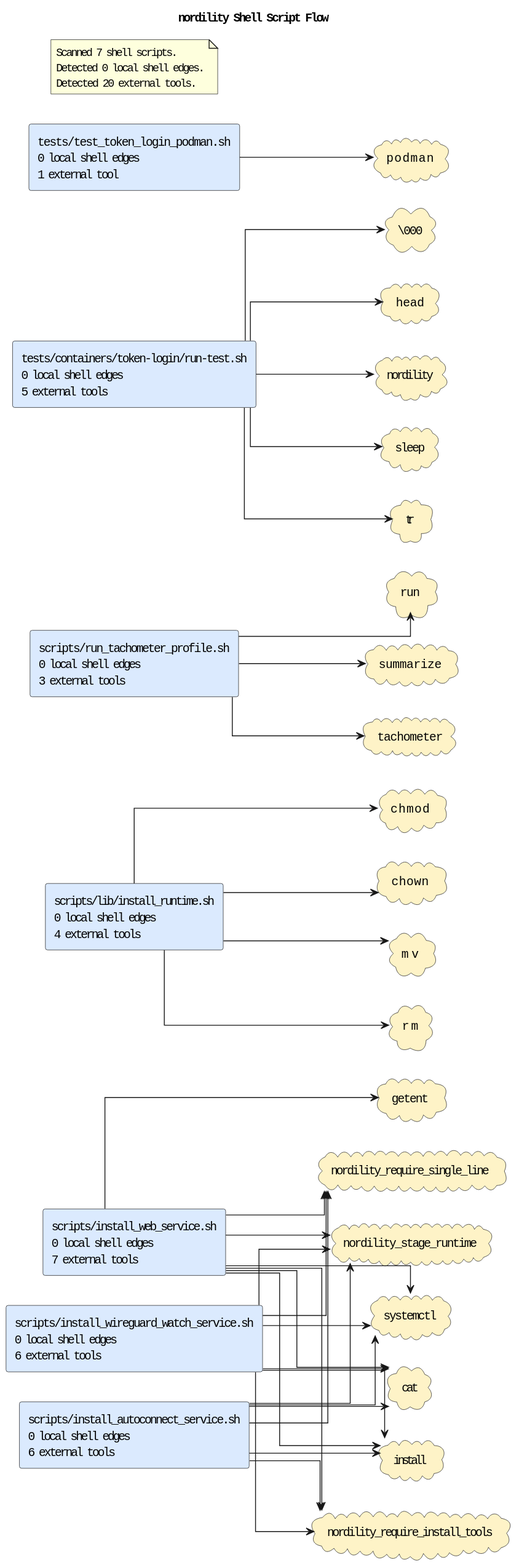
Above: docs/diagrams/shell-call-graph.puml.svg in casonk/nordility (PlantUML), before the change.
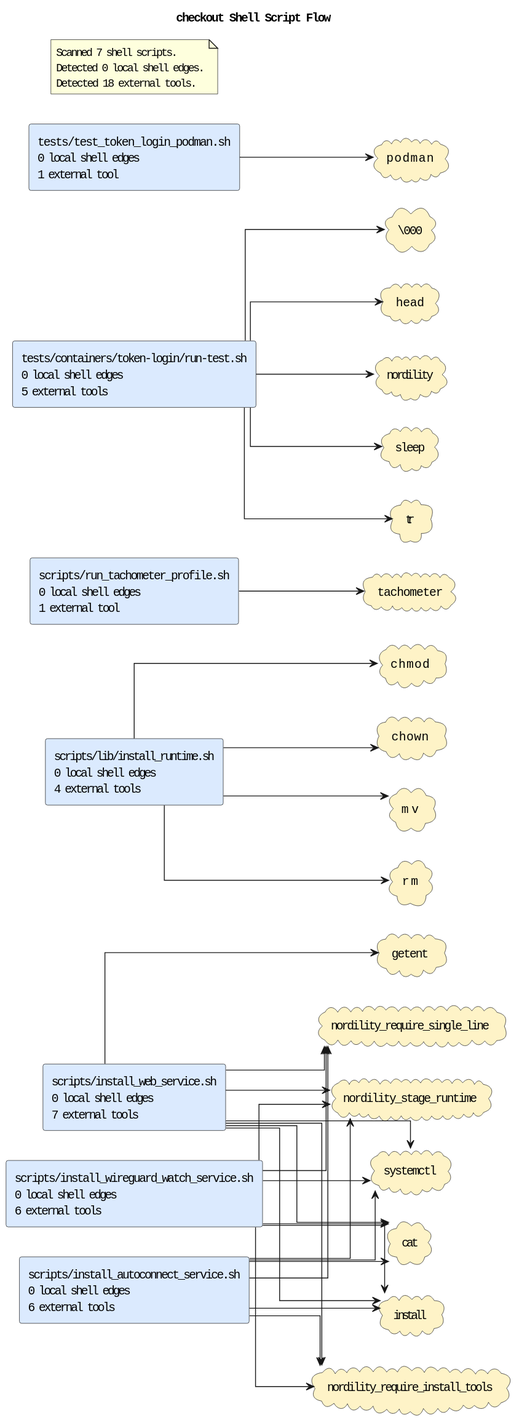
The same diagram one commit later.

What changed in the source:
```diff
@@ -1,5 +1,5 @@
 @startuml
-title nordility Shell Script Flow
+title checkout Shell Script Flow
 left to right direction
 skinparam shadowing false
 skinparam defaultFontName Monospace
@@ -9,7 +9,7 @@
 rectangle "scripts/install_web_service.sh\n0 local shell edges\n7 external tools" as shell_scripts_install_web_service_sh #DBEAFE
 rectangle "scripts/install_wireguard_watch_service.sh\n0 local shell edges\n6 external tools" as shell_scripts_install_wireguard_watch_service_sh #DBEAFE
 rectangle "scripts/lib/install_runtime.sh\n0 local shell edges\n4 external tools" as shell_scripts_lib_install_runtime_sh #DBEAFE
-rectangle "scripts/run_tachometer_profile.sh\n0 local shell edges\n3 external tools" as shell_scripts_run_tachometer_profile_sh #DBEAFE
+rectangle "scripts/run_tachometer_profile.sh\n0 local shell edges\n1 external tool" as shell_scripts_run_tachometer_profile_sh #DBEAFE
 rectangle "tests/containers/token-login/run-test.sh\n0 local shell edges\n5 external tools" as shell_tests_containers_token_login_run_test_sh #DBEAFE
 rectangle "tests/test_token_login_podman.sh\n0 local shell edges\n1 external tool" as shell_tests_test_token_login_podman_sh #DBEAFE
 cloud "\\000" as tool_tool_000 #FEF3C7
@@ -26,9 +26,7 @@
 cloud "nordility_stage_runtime" as tool_nordility_stage_runtime #FEF3C7
 cloud "podman" as tool_podman #FEF3C7
 cloud "rm" as tool_rm #FEF3C7
-cloud "run" as tool_run #FEF3C7
 cloud "sleep" as tool_sleep #FEF3C7
-cloud "summarize" as tool_summarize #FEF3C7
 cloud "systemctl" as tool_systemctl #FEF3C7
 cloud "tachometer" as tool_tachometer #FEF3C7
 cloud "tr" as tool_tr #FEF3C7
@@ -55,8 +53,6 @@
 shell_scripts_lib_install_runtime_sh --> tool_chown
 shell_scripts_lib_install_runtime_sh --> tool_mv
 shell_scripts_lib_install_runtime_sh --> tool_rm
-shell_scripts_run_tachometer_profile_sh --> tool_run
-shell_scripts_run_tachometer_profile_sh --> tool_summarize
 shell_scripts_run_tachometer_profile_sh --> tool_tachometer
 shell_tests_containers_token_login_run_test_sh --> tool_tool_000
 shell_tests_containers_token_login_run_test_sh --> tool_head
@@ -67,6 +63,6 @@
 note as shellGraphSummary
 Scanned 7 shell scripts.
 Detected 0 local shell edges.
-Detected 20 external tools.
+Detected 18 external tools.
 end note
 @enduml
```
